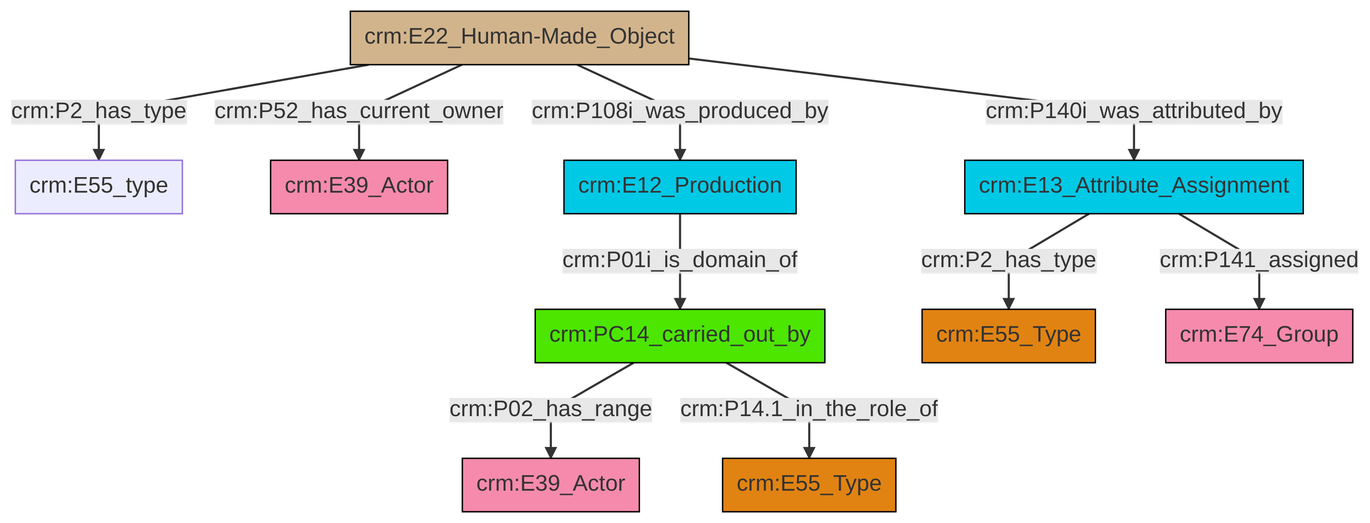
This is et/builtWorkCSV/ttl/mmd/png/Built_Work_actor_relations.png from swiss-art-research-net/docs.swissartresearch, a Mermaid export, as it was before one commit. Its source is kept beside it as et/builtWorkCSV/ttl/mmd/Built_Work_actor_relations.ttl.mmd.
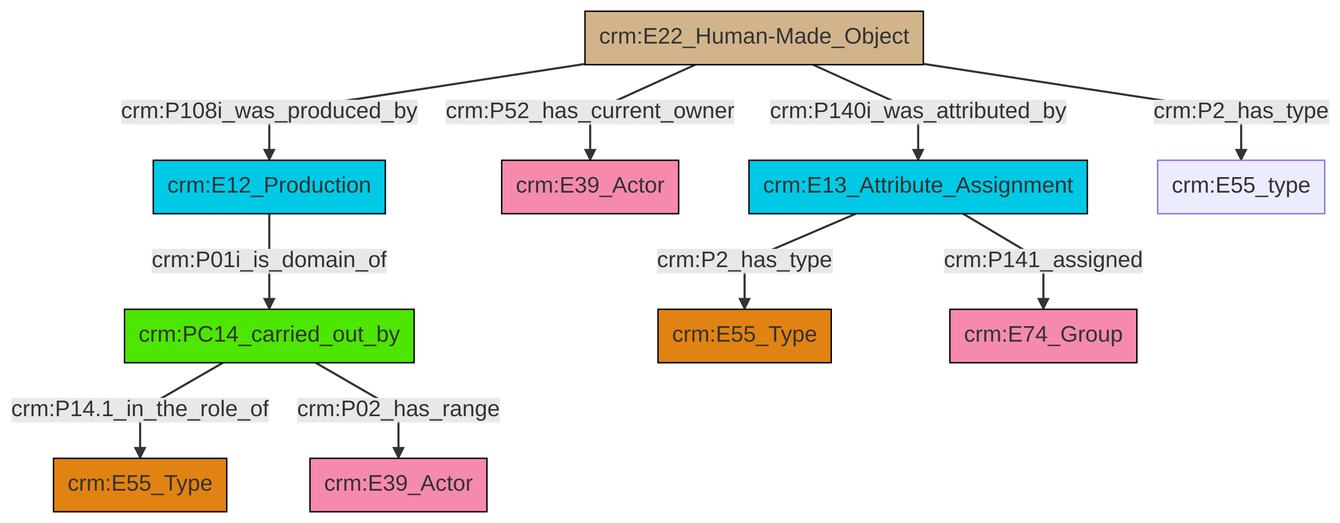
After the commit.

Diff of the diagram source:
```diff
@@ -13,12 +13,12 @@
 classDef PC_Classes fill:#4ce600, stroke:#000000;
 classDef Multi fill:#cccccc,stroke:#000000;
 
-0["crm:E22_Human-Made_Object"]:::Physical_Thing -->|crm:P2_has_type| 6["crm:E55_type"]:::Default
-7["crm:E12_Production"]:::Temporal_Entity -->|crm:P01i_is_domain_of| 9["crm:PC14_carried_out_by"]:::PC_Classes
-0["crm:E22_Human-Made_Object"]:::Physical_Thing -->|crm:P52_has_current_owner| 10["crm:E39_Actor"]:::Actor
-0["crm:E22_Human-Made_Object"]:::Physical_Thing -->|crm:P108i_was_produced_by| 7["crm:E12_Production"]:::Temporal_Entity
-9["crm:PC14_carried_out_by"]:::PC_Classes -->|crm:P02_has_range| 13["crm:E39_Actor"]:::Actor
-15["crm:E13_Attribute_Assignment"]:::Temporal_Entity -->|crm:P2_has_type| 11["crm:E55_Type"]:::Type
-9["crm:PC14_carried_out_by"]:::PC_Classes -->|crm:P14.1_in_the_role_of| 4["crm:E55_Type"]:::Type
-15["crm:E13_Attribute_Assignment"]:::Temporal_Entity -->|crm:P141_assigned| 2["crm:E74_Group"]:::Actor
-0["crm:E22_Human-Made_Object"]:::Physical_Thing -->|crm:P140i_was_attributed_by| 15["crm:E13_Attribute_Assignment"]:::Temporal_Entity
+2["crm:PC14_carried_out_by"]:::PC_Classes -->|crm:P14.1_in_the_role_of| 0["crm:E55_Type"]:::Type
+5["crm:E22_Human-Made_Object"]:::Physical_Thing -->|crm:P108i_was_produced_by| 3["crm:E12_Production"]:::Temporal_Entity
+3["crm:E12_Production"]:::Temporal_Entity -->|crm:P01i_is_domain_of| 2["crm:PC14_carried_out_by"]:::PC_Classes
+8["crm:E13_Attribute_Assignment"]:::Temporal_Entity -->|crm:P2_has_type| 11["crm:E55_Type"]:::Type
+8["crm:E13_Attribute_Assignment"]:::Temporal_Entity -->|crm:P141_assigned| 12["crm:E74_Group"]:::Actor
+2["crm:PC14_carried_out_by"]:::PC_Classes -->|crm:P02_has_range| 14["crm:E39_Actor"]:::Actor
+5["crm:E22_Human-Made_Object"]:::Physical_Thing -->|crm:P52_has_current_owner| 6["crm:E39_Actor"]:::Actor
+5["crm:E22_Human-Made_Object"]:::Physical_Thing -->|crm:P140i_was_attributed_by| 8["crm:E13_Attribute_Assignment"]:::Temporal_Entity
+5["crm:E22_Human-Made_Object"]:::Physical_Thing -->|crm:P2_has_type| 15["crm:E55_type"]:::Default
```
